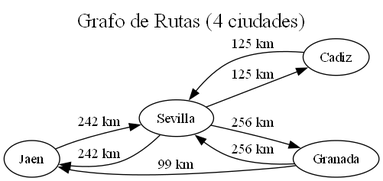
natstyles/202400111_EDD_Proyecto keeps this Graphviz diagram as src/grafo_rutas.png. Above is the earlier version. Its source is kept beside it as src/grafo_rutas.dot. The source it was exported from:
```dot
digraph Rutas {
rankdir=LR;
labelloc="t";
label="Grafo de Rutas (4 ciudades)";
fontsize=20;
"Jaen" -> "Sevilla" [label="242 km"];
"Granada" -> "Sevilla" [label="256 km"];
"Granada" -> "Jaen" [label="99 km"];
"Sevilla" -> "Cadiz" [label="125 km"];
"Sevilla" -> "Granada" [label="256 km"];
"Sevilla" -> "Jaen" [label="242 km"];
"Cadiz" -> "Sevilla" [label="125 km"];
}
```
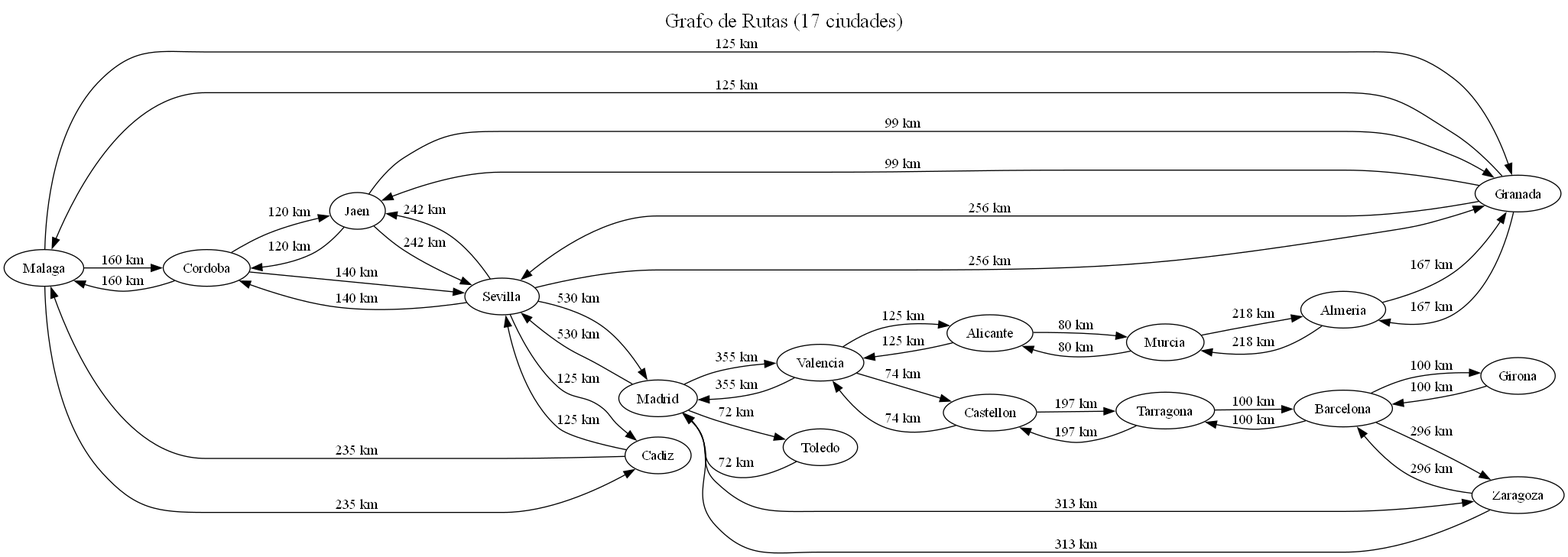
The same diagram one commit later.

Change to the diagram source:
```diff
@@ -1,13 +1,50 @@
 digraph Rutas {
 rankdir=LR;
 labelloc="t";
-label="Grafo de Rutas (4 ciudades)";
+label="Grafo de Rutas (17 ciudades)";
 fontsize=20;
+"Malaga" -> "Cordoba" [label="160 km"];
+"Malaga" -> "Granada" [label="125 km"];
+"Malaga" -> "Cadiz" [label="235 km"];
+"Cordoba" -> "Sevilla" [label="140 km"];
+"Cordoba" -> "Jaen" [label="120 km"];
+"Cordoba" -> "Malaga" [label="160 km"];
+"Zaragoza" -> "Madrid" [label="313 km"];
+"Zaragoza" -> "Barcelona" [label="296 km"];
+"Toledo" -> "Madrid" [label="72 km"];
+"Madrid" -> "Toledo" [label="72 km"];
+"Madrid" -> "Zaragoza" [label="313 km"];
+"Madrid" -> "Valencia" [label="355 km"];
+"Madrid" -> "Sevilla" [label="530 km"];
+"Girona" -> "Barcelona" [label="100 km"];
+"Barcelona" -> "Tarragona" [label="100 km"];
+"Barcelona" -> "Girona" [label="100 km"];
+"Barcelona" -> "Zaragoza" [label="296 km"];
+"Tarragona" -> "Castellon" [label="197 km"];
+"Tarragona" -> "Barcelona" [label="100 km"];
+"Castellon" -> "Valencia" [label="74 km"];
+"Castellon" -> "Tarragona" [label="197 km"];
+"Valencia" -> "Alicante" [label="125 km"];
+"Valencia" -> "Castellon" [label="74 km"];
+"Valencia" -> "Madrid" [label="355 km"];
+"Alicante" -> "Murcia" [label="80 km"];
+"Alicante" -> "Valencia" [label="125 km"];
+"Murcia" -> "Almeria" [label="218 km"];
+"Murcia" -> "Alicante" [label="80 km"];
+"Almeria" -> "Granada" [label="167 km"];
+"Almeria" -> "Murcia" [label="218 km"];
 "Jaen" -> "Sevilla" [label="242 km"];
+"Jaen" -> "Granada" [label="99 km"];
+"Jaen" -> "Cordoba" [label="120 km"];
 "Granada" -> "Sevilla" [label="256 km"];
 "Granada" -> "Jaen" [label="99 km"];
+"Granada" -> "Almeria" [label="167 km"];
+"Granada" -> "Malaga" [label="125 km"];
 "Sevilla" -> "Cadiz" [label="125 km"];
 "Sevilla" -> "Granada" [label="256 km"];
 "Sevilla" -> "Jaen" [label="242 km"];
+"Sevilla" -> "Madrid" [label="530 km"];
+"Sevilla" -> "Cordoba" [label="140 km"];
 "Cadiz" -> "Sevilla" [label="125 km"];
+"Cadiz" -> "Malaga" [label="235 km"];
 }
```
